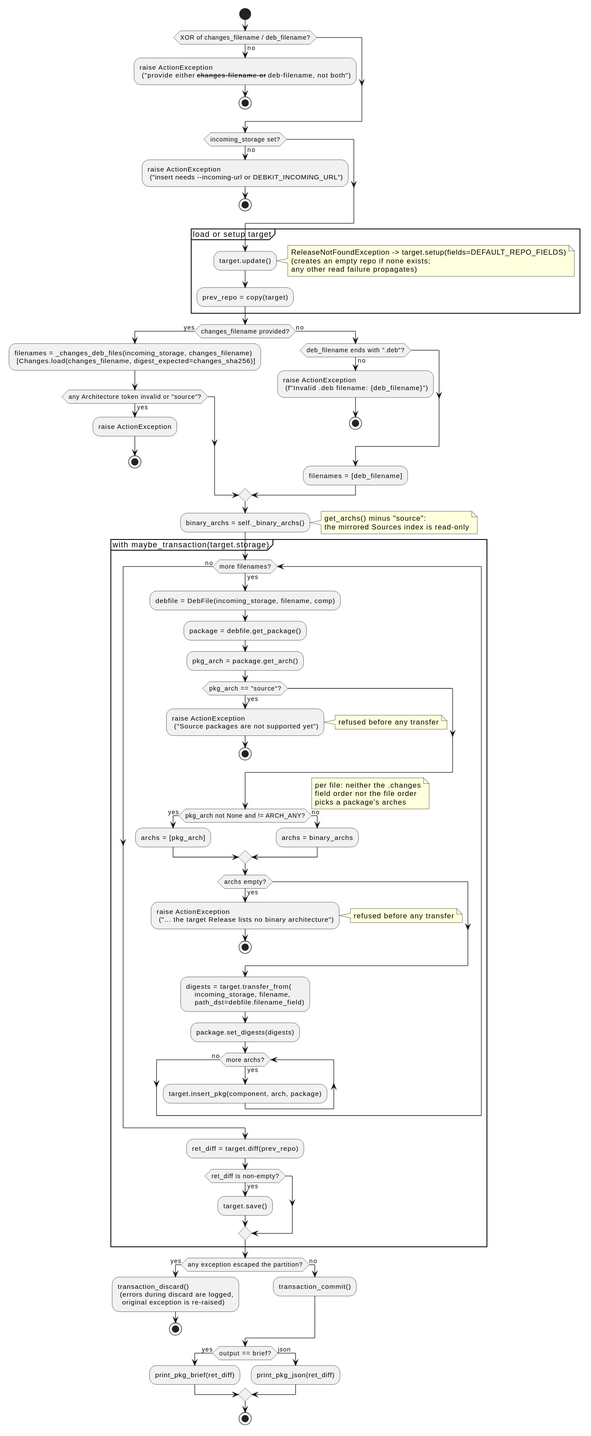
This is docs/development/diagrams/action-pkg-insert-activity.svg from vinklat/debkit, a PlantUML export, as it was before one commit. Its source is kept beside it as docs/development/diagrams/action-pkg-insert-activity.puml.
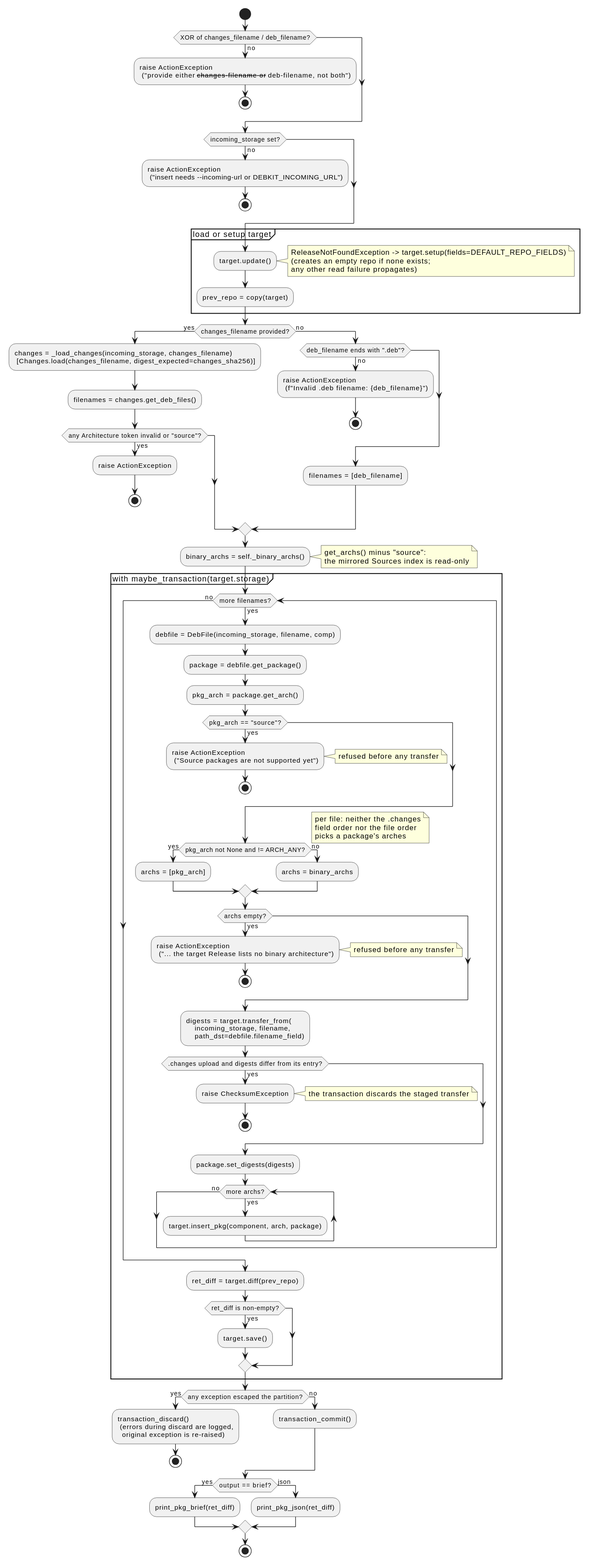
Later version of the same file.

The edit, as a diff of the source:
```diff
@@ -23,8 +23,9 @@
 }
 
 if (changes_filename provided?) then (yes)
-  :filenames = _changes_deb_files(incoming_storage, changes_filename)
+  :changes = _load_changes(incoming_storage, changes_filename)
    [Changes.load(changes_filename, digest_expected=changes_sha256)];
+  :filenames = changes.get_deb_files();
   if (any Architecture token invalid or "source"?) then (yes)
     :raise ActionException;
     stop
@@ -66,6 +67,11 @@
     :digests = target.transfer_from(
         incoming_storage, filename,
         path_dst=debfile.filename_field);
+    if (.changes upload and digests differ from its entry?) then (yes)
+      :raise ChecksumException;
+      note right: the transaction discards the staged transfer
+      stop
+    endif
     :package.set_digests(digests);
     while (more archs?) is (yes)
       :target.insert_pkg(component, arch, package);
```
